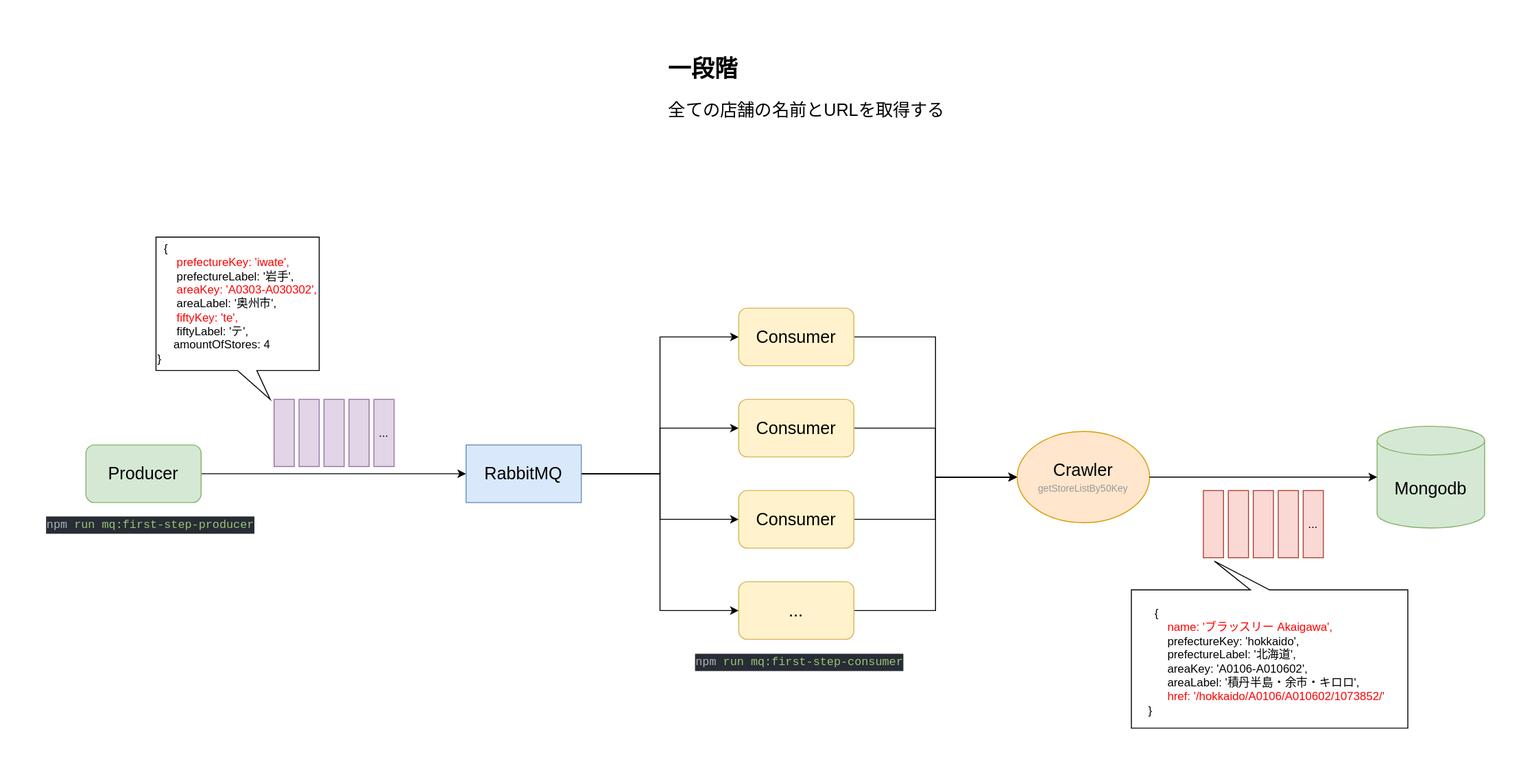
Earlier version of the draw.io export assets/first-step-diagram.svg (yoshidashingo/tabelog-crawler). Source tidied: cells renumbered, new cells last; positions are measured from the earlier drawing's top-left corner, leaving out a move shared by most shapes.
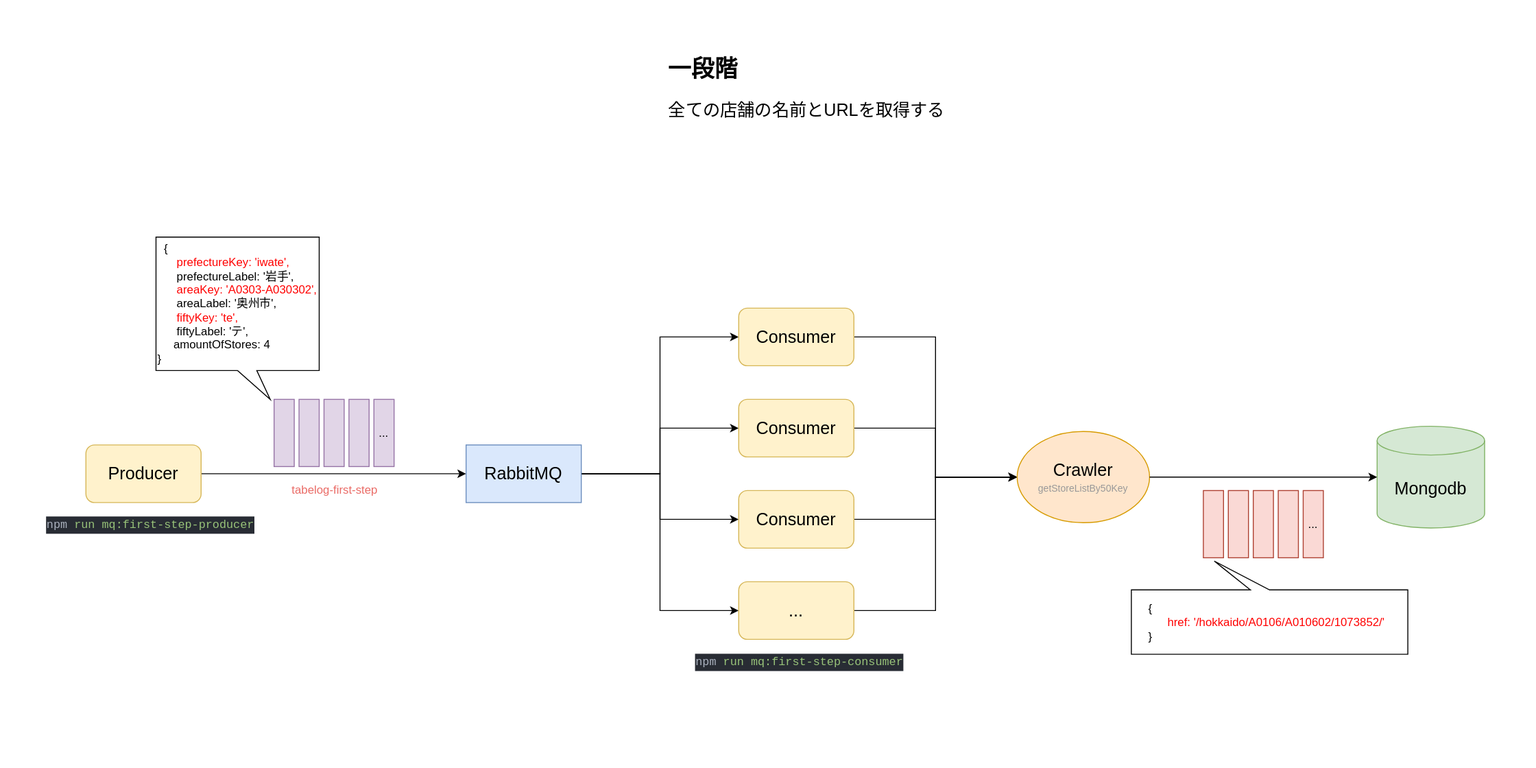
After the commit.

Change to the diagram source:
```diff
@@ -20,7 +20,7 @@
     <mxCell id="7" style="edgeStyle=orthogonalEdgeStyle;rounded=0;jettySize=auto;html=1;exitX=1;exitY=0.5;exitDx=0;exitDy=0;entryX=0;entryY=0.5;entryDx=0;entryDy=0;" parent="1" edge="1" source="8" target="6">
       <mxGeometry relative="1" as="geometry" />
     </mxCell>
-    <mxCell id="8" value="Producer" style="rounded=1;whiteSpace=wrap;html=1;fillColor=#d5e8d4;strokeColor=#82b366;fontSize=18;" parent="1" vertex="1">
+    <mxCell id="8" value="Producer" style="rounded=1;whiteSpace=wrap;html=1;fillColor=#fff2cc;strokeColor=#d6b656;fontSize=18;" parent="1" vertex="1">
       <mxGeometry x="51" y="411" width="120" height="60" as="geometry" />
     </mxCell>
     <mxCell id="9" style="edgeStyle=orthogonalEdgeStyle;rounded=0;jettySize=auto;html=1;exitX=1;exitY=0.5;exitDx=0;exitDy=0;entryX=0;entryY=0.5;entryDx=0;entryDy=0;" parent="1" edge="1" source="10" target="18">
@@ -99,10 +99,13 @@
       <mxGeometry x="1319" y="458.5" width="21" height="70" as="geometry" />
     </mxCell>
     <mxCell id="34" style="shape=callout;whiteSpace=wrap;html=1;perimeter=calloutPerimeter;position2=0.7;rotation=-180;" parent="1" vertex="1">
-      <mxGeometry x="1140" y="532" width="288" height="174" as="geometry" />
+      <mxGeometry x="1140" y="532" width="288" height="97" as="geometry" />
     </mxCell>
-    <mxCell id="35" value="&lt;div&gt;&amp;nbsp; {&lt;/div&gt;&lt;div&gt;&lt;font color=&quot;#ff0000&quot;&gt;&amp;nbsp; &amp;nbsp; &amp;nbsp; name: 'ブラッスリー Akaigawa',&lt;/font&gt;&lt;/div&gt;&lt;div&gt;&amp;nbsp; &amp;nbsp; &amp;nbsp; prefectureKey: 'hokkaido',&lt;/div&gt;&lt;div&gt;&amp;nbsp; &amp;nbsp; &amp;nbsp; prefectureLabel: '北海道',&lt;/div&gt;&lt;div&gt;&amp;nbsp; &amp;nbsp; &amp;nbsp; areaKey: 'A0106-A010602',&lt;/div&gt;&lt;div&gt;&amp;nbsp; &amp;nbsp; &amp;nbsp; areaLabel: '積丹半島・余市・キロロ',&lt;/div&gt;&lt;div&gt;&lt;font color=&quot;#ff0000&quot;&gt;&amp;nbsp; &amp;nbsp; &amp;nbsp; href: '/hokkaido/A0106/A010602/1073852/'&lt;/font&gt;&lt;/div&gt;&lt;div&gt;}&lt;/div&gt;" style="rounded=0;whiteSpace=wrap;html=1;align=left;strokeColor=none;" parent="1" vertex="1">
-      <mxGeometry x="1156" y="575" width="266" height="124" as="geometry" />
+    <mxCell id="35" value="&lt;div&gt;{&lt;/div&gt;&lt;div&gt;&lt;font color=&quot;#ff0000&quot;&gt;&amp;nbsp; &amp;nbsp; &amp;nbsp; href: '/hokkaido/A0106/A010602/1073852/'&lt;/font&gt;&lt;/div&gt;&lt;div&gt;}&lt;/div&gt;" style="rounded=0;whiteSpace=wrap;html=1;align=left;strokeColor=none;" parent="1" vertex="1">
+      <mxGeometry x="1156" y="575" width="266" height="42" as="geometry" />
     </mxCell>
+    <mxCell id="36" value="tabelog-first-step" style="text;html=1;align=center;verticalAlign=middle;strokeColor=none;fillColor=none;labelBorderColor=none;fontColor=#EA6B66;" parent="1" vertex="1">
+      <mxGeometry x="256" y="445" width="107" height="26" as="geometry" />
+    </mxCell>
   </root>
 </mxGraphModel>
```
